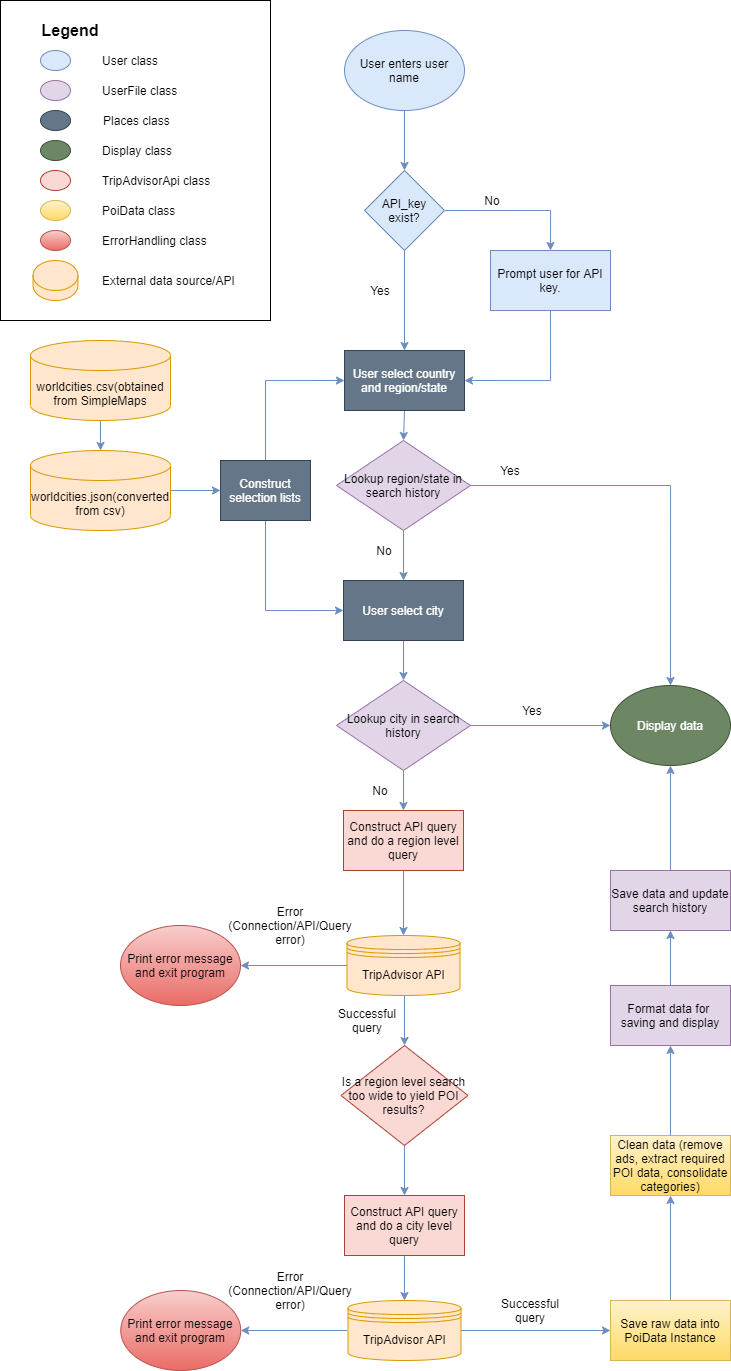
ashley190/travelapp keeps this draw.io diagram as docs/application-logic.png. Above is the earlier version. Source tidied: cells renumbered, new cells last; positions are measured from the earlier drawing's top-left corner, leaving out a move shared by most shapes.
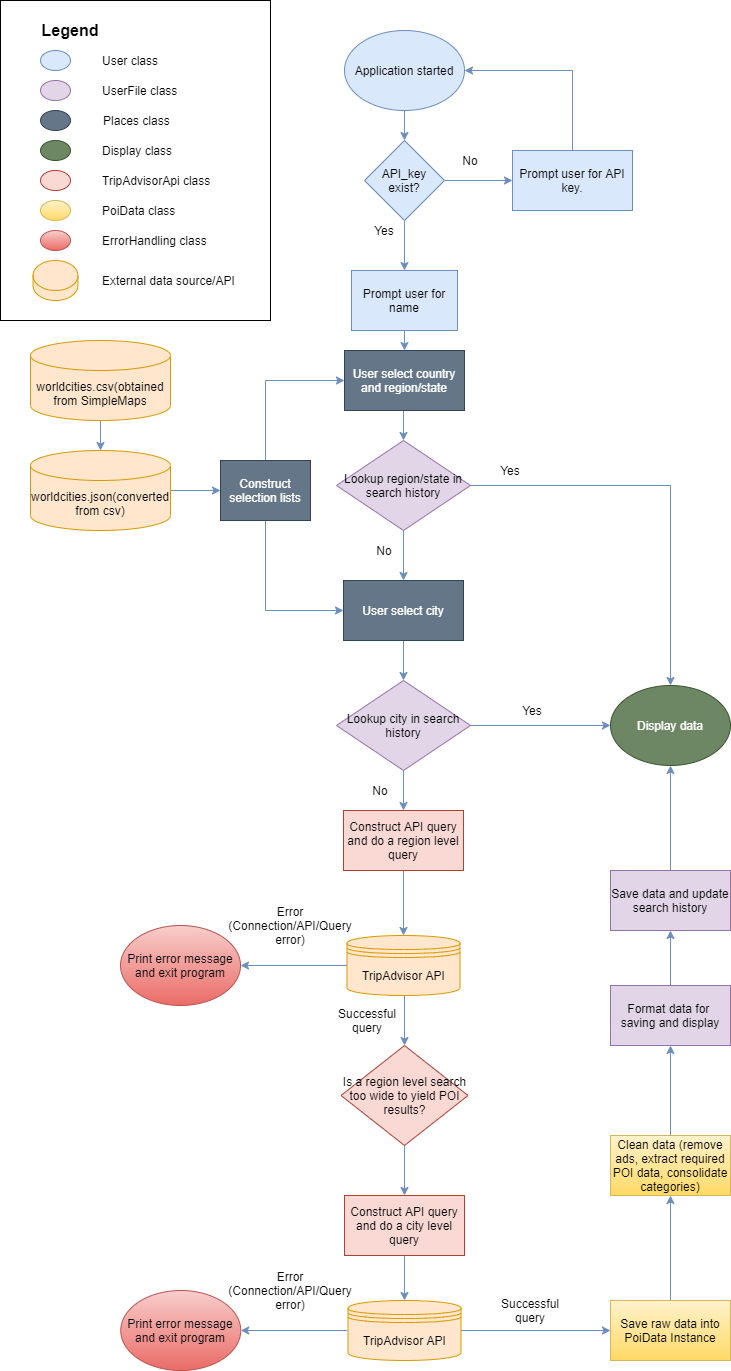
After the change.

Commit message:
Updated flowchart, added CI/CD section in README

What changed in the source:
```diff
@@ -5,31 +5,29 @@
     <mxCell id="2" style="edgeStyle=orthogonalEdgeStyle;rounded=0;jettySize=auto;html=1;fillColor=#dae8fc;strokeColor=#6c8ebf;" parent="1" edge="1" source="3" target="6">
       <mxGeometry relative="1" as="geometry" />
     </mxCell>
-    <mxCell id="3" value="User enters user name" style="ellipse;whiteSpace=wrap;html=1;fillColor=#dae8fc;strokeColor=#6c8ebf;" parent="1" vertex="1">
+    <mxCell id="3" value="Application started" style="ellipse;whiteSpace=wrap;html=1;fillColor=#dae8fc;strokeColor=#6c8ebf;" parent="1" vertex="1">
       <mxGeometry x="344" y="30" width="120" height="80" as="geometry" />
     </mxCell>
-    <mxCell id="4" style="edgeStyle=orthogonalEdgeStyle;rounded=0;jettySize=auto;html=1;exitX=1;exitY=0.5;exitDx=0;exitDy=0;entryX=0.5;entryY=0;entryDx=0;entryDy=0;fillColor=#dae8fc;strokeColor=#6c8ebf;" parent="1" edge="1" source="6" target="8">
+    <mxCell id="4" style="edgeStyle=orthogonalEdgeStyle;rounded=0;jettySize=auto;html=1;exitX=1;exitY=0.5;exitDx=0;exitDy=0;entryX=0;entryY=0.5;entryDx=0;entryDy=0;fillColor=#dae8fc;strokeColor=#6c8ebf;" parent="1" edge="1" source="6" target="8">
       <mxGeometry relative="1" as="geometry" />
     </mxCell>
-    <mxCell id="5" style="edgeStyle=orthogonalEdgeStyle;rounded=0;jettySize=auto;html=1;exitX=0.5;exitY=1;exitDx=0;exitDy=0;entryX=0.5;entryY=0;entryDx=0;entryDy=0;fillColor=#dae8fc;strokeColor=#6c8ebf;" parent="1" edge="1" source="6">
-      <mxGeometry relative="1" as="geometry">
-        <mxPoint x="404" y="350" as="targetPoint" />
-      </mxGeometry>
-    </mxCell>
+    <mxCell id="77" style="edgeStyle=orthogonalEdgeStyle;rounded=0;jettySize=auto;html=1;exitX=0.5;exitY=1;exitDx=0;exitDy=0;entryX=0.5;entryY=0;entryDx=0;entryDy=0;fillColor=#dae8fc;strokeColor=#6c8ebf;" parent="1" edge="1" source="6" target="80">
+      <mxGeometry relative="1" as="geometry" />
+    </mxCell>
     <mxCell id="6" value="API_key exist?" style="rhombus;whiteSpace=wrap;html=1;fillColor=#dae8fc;strokeColor=#6c8ebf;" parent="1" vertex="1">
-      <mxGeometry x="364" y="170" width="80" height="80" as="geometry" />
+      <mxGeometry x="364" y="140" width="80" height="80" as="geometry" />
     </mxCell>
-    <mxCell id="7" style="edgeStyle=orthogonalEdgeStyle;rounded=0;jettySize=auto;html=1;exitX=0.5;exitY=1;exitDx=0;exitDy=0;entryX=1;entryY=0.5;entryDx=0;entryDy=0;fillColor=#dae8fc;strokeColor=#6c8ebf;" parent="1" edge="1" source="8" target="19">
-      <mxGeometry relative="1" as="geometry" />
-    </mxCell>
+    <mxCell id="78" style="edgeStyle=orthogonalEdgeStyle;rounded=0;jettySize=auto;html=1;exitX=0.5;exitY=0;exitDx=0;exitDy=0;entryX=1;entryY=0.5;entryDx=0;entryDy=0;fillColor=#dae8fc;strokeColor=#6c8ebf;" parent="1" edge="1" source="8" target="3">
+      <mxGeometry relative="1" as="geometry" />
+    </mxCell>
     <mxCell id="8" value="Prompt user for API key." style="rounded=0;whiteSpace=wrap;html=1;fillColor=#dae8fc;strokeColor=#6c8ebf;" parent="1" vertex="1">
-      <mxGeometry x="490" y="250" width="120" height="60" as="geometry" />
+      <mxGeometry x="512" y="150" width="120" height="60" as="geometry" />
     </mxCell>
     <mxCell id="9" value="No" style="text;html=1;align=center;verticalAlign=middle;whiteSpace=wrap;rounded=0;" parent="1" vertex="1">
-      <mxGeometry x="472" y="190" width="40" height="20" as="geometry" />
+      <mxGeometry x="450" y="150" width="40" height="20" as="geometry" />
     </mxCell>
     <mxCell id="10" value="Yes" style="text;html=1;align=center;verticalAlign=middle;whiteSpace=wrap;rounded=0;" parent="1" vertex="1">
-      <mxGeometry x="360" y="280" width="40" height="20" as="geometry" />
+      <mxGeometry x="364" y="220" width="40" height="20" as="geometry" />
     </mxCell>
     <mxCell id="11" style="edgeStyle=orthogonalEdgeStyle;rounded=0;jettySize=auto;html=1;exitX=0.5;exitY=1;exitDx=0;exitDy=0;exitPerimeter=0;entryX=0.5;entryY=0;entryDx=0;entryDy=0;entryPerimeter=0;fillColor=#dae8fc;strokeColor=#6c8ebf;" parent="1" edge="1" source="12" target="14">
       <mxGeometry relative="1" as="geometry" />
@@ -233,5 +231,11 @@
     <mxCell id="76" value="External data source/API" style="text;html=1;strokeColor=none;fillColor=none;align=left;verticalAlign=middle;whiteSpace=wrap;rounded=0;glass=0;" parent="1" vertex="1">
       <mxGeometry x="100" y="270" width="140" height="20" as="geometry" />
     </mxCell>
+    <mxCell id="79" style="edgeStyle=orthogonalEdgeStyle;rounded=0;jettySize=auto;html=1;exitX=0.5;exitY=1;exitDx=0;exitDy=0;entryX=0.5;entryY=0;entryDx=0;entryDy=0;fillColor=#dae8fc;strokeColor=#6c8ebf;" parent="1" edge="1" source="80" target="19">
+      <mxGeometry relative="1" as="geometry" />
+    </mxCell>
+    <mxCell id="80" value="Prompt user for name" style="rounded=0;whiteSpace=wrap;html=1;fillColor=#dae8fc;strokeColor=#6c8ebf;" parent="1" vertex="1">
+      <mxGeometry x="351" y="270" width="106" height="60" as="geometry" />
+    </mxCell>
   </root>
 </mxGraphModel>
```
